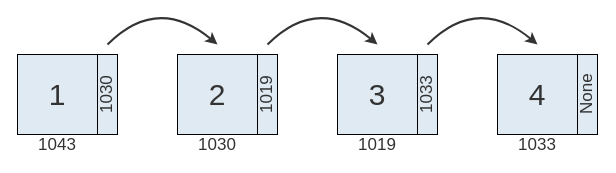
Earlier version of the draw.io diagram page "lista-enlazada" (3 of 8) of teoria/04_estructuras_y_algoritmos/imgs/02/lista_enlazada.drawio (ee-unr/programacion-2). Source tidied: cells renumbered, new cells numbered last; positions are measured from the earlier drawing's top-left corner, leaving out a move shared by most shapes. Both pictures are drawn from the tidied source at 100%, with x=0, y=0 at pixel (17, -6).
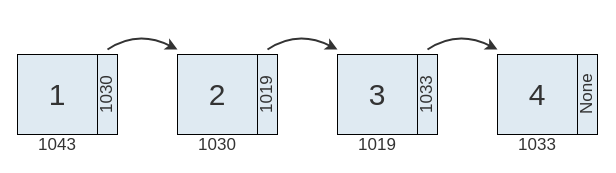
Above is the later version.

Change to the diagram source:
```diff
@@
-    <mxCell id="22" style="endArrow=classic;html=1;rounded=0;entryX=0.5;entryY=0;entryDx=0;entryDy=0;curved=1;strokeWidth=2;strokeColor=light-dark(#333333,#333333);" parent="1" edge="1">
-      <mxGeometry relative="1" as="geometry">
-        <mxPoint x="250" y="50" as="sourcePoint" />
-        <mxPoint x="360" y="50" as="targetPoint" />
-        <Array as="points">
-          <mxPoint x="300" />
-        </Array>
-      </mxGeometry>
-    </mxCell>
-    <mxCell id="23" style="endArrow=classic;html=1;rounded=0;entryX=0.5;entryY=0;entryDx=0;entryDy=0;curved=1;strokeWidth=2;strokeColor=light-dark(#333333,#333333);" parent="1" edge="1">
-      <mxGeometry relative="1" as="geometry">
-        <mxPoint x="90" y="50" as="sourcePoint" />
-        <mxPoint x="200" y="50" as="targetPoint" />
-        <Array as="points">
-          <mxPoint x="140" />
-        </Array>
-      </mxGeometry>
-    </mxCell>
-    <mxCell id="24" style="endArrow=classic;html=1;rounded=0;entryX=0.5;entryY=0;entryDx=0;entryDy=0;curved=1;strokeWidth=2;strokeColor=light-dark(#333333,#333333);" parent="1" edge="1">
-      <mxGeometry relative="1" as="geometry">
-        <mxPoint x="410" y="50" as="sourcePoint" />
-        <mxPoint x="520" y="50" as="targetPoint" />
-        <Array as="points">
-          <mxPoint x="460" />
-        </Array>
-      </mxGeometry>
-    </mxCell>
+    <mxCell id="25" style="endArrow=classic;html=1;rounded=0;curved=1;strokeWidth=2;strokeColor=#333333;" parent="1" edge="1">
+      <mxGeometry relative="1" as="geometry">
+        <mxPoint x="90" y="55" as="sourcePoint" />
+        <mxPoint x="160" y="55" as="targetPoint" />
+        <Array as="points">
+          <mxPoint x="120" y="35" />
+        </Array>
+      </mxGeometry>
+    </mxCell>
+    <mxCell id="26" style="endArrow=classic;html=1;rounded=0;curved=1;strokeWidth=2;strokeColor=#333333;" parent="1" edge="1">
+      <mxGeometry relative="1" as="geometry">
+        <mxPoint x="250" y="55" as="sourcePoint" />
+        <mxPoint x="320" y="55" as="targetPoint" />
+        <Array as="points">
+          <mxPoint x="280" y="35" />
+        </Array>
+      </mxGeometry>
+    </mxCell>
+    <mxCell id="27" style="endArrow=classic;html=1;rounded=0;curved=1;strokeWidth=2;strokeColor=#333333;" parent="1" edge="1">
+      <mxGeometry relative="1" as="geometry">
+        <mxPoint x="410" y="55" as="sourcePoint" />
+        <mxPoint x="480" y="55" as="targetPoint" />
+        <Array as="points">
+          <mxPoint x="440" y="35" />
+        </Array>
+      </mxGeometry>
+    </mxCell>
```
